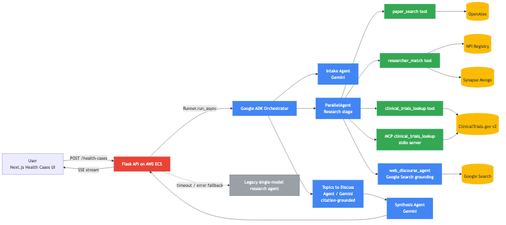
Before: docs/architecture.png, a diagram exported from Mermaid (synapse-social-org/synapse-health-cases-adk). Its source is kept beside it as docs/architecture.mmd.
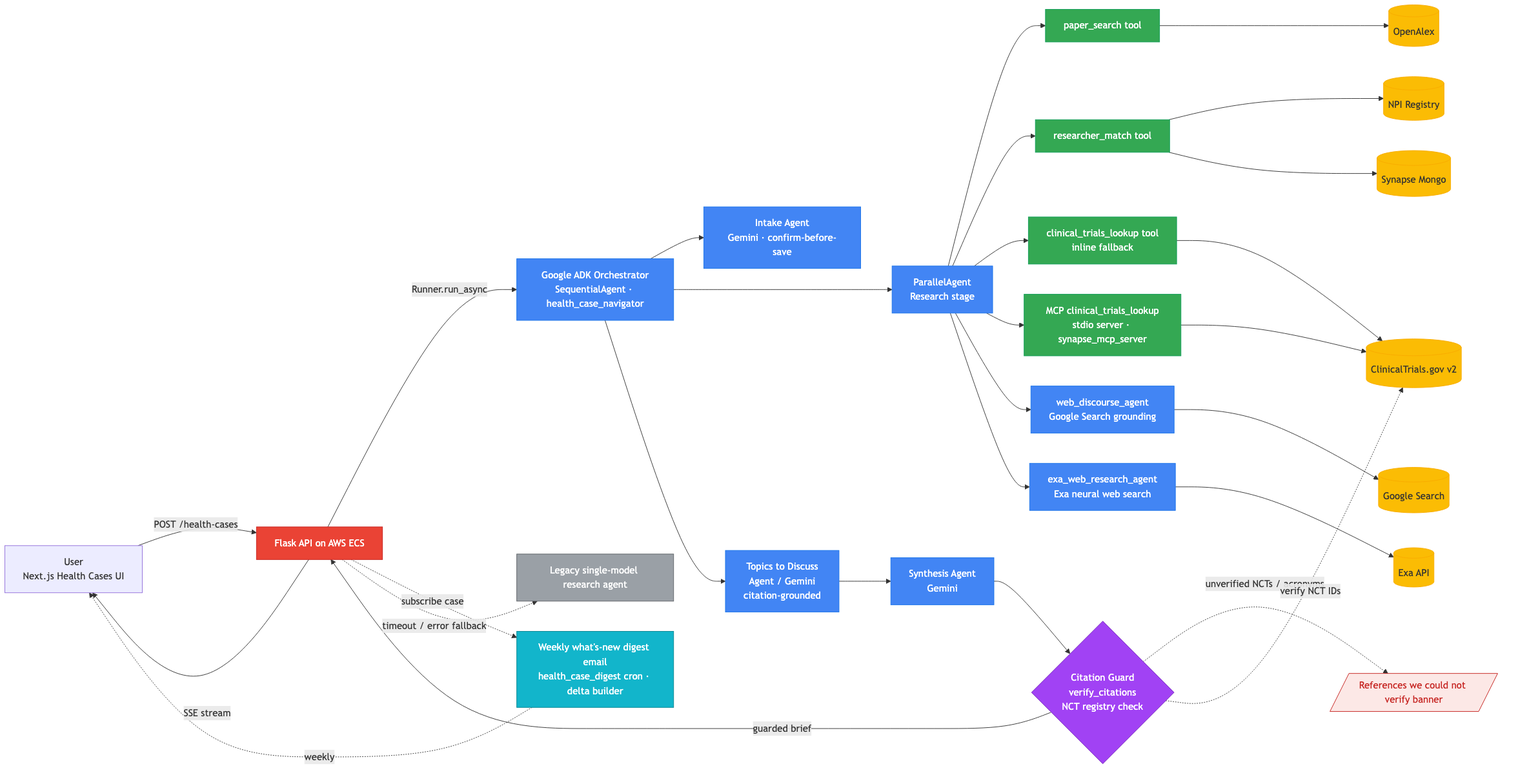
Above is the later version.

Commit message:
docs: refresh architecture diagram with Exa, citation guard, and weekly digest

Add the Exa neural-web-search sub-agent, the post-generation citation
guard (verify_citations + ClinicalTrials.gov NCT verification) with the
unverified-references banner, and the weekly per-case digest path.

Diff of the diagram source:
```diff
@@ -1,14 +1,15 @@
 graph LR
   U[User<br/>Next.js Health Cases UI] -->|POST /health-cases| API[Flask API on AWS ECS]
   API -->|SSE stream| U
-  API -->|Runner.run_async| ADK[Google ADK Orchestrator]
-  ADK --> Intake[Intake Agent<br/>Gemini]
+  API -->|Runner.run_async| ADK[Google ADK Orchestrator<br/>SequentialAgent · health_case_navigator]
+  ADK --> Intake[Intake Agent<br/>Gemini · confirm-before-save]
   ADK --> Research[ParallelAgent<br/>Research stage]
   Research --> T1[paper_search tool]
   Research --> T2[researcher_match tool]
-  Research --> T3[clinical_trials_lookup tool]
-  Research --> MCP[MCP clinical_trials_lookup<br/>stdio server]
+  Research --> T3[clinical_trials_lookup tool<br/>inline fallback]
+  Research --> MCP[MCP clinical_trials_lookup<br/>stdio server · synapse_mcp_server]
   Research --> Web[web_discourse_agent<br/>Google Search grounding]
+  Research --> Exa[exa_web_research_agent<br/>Exa neural web search]
   ADK --> Topics[Topics to Discuss<br/>Agent / Gemini<br/>citation-grounded]
   Topics --> Synth[Synthesis Agent<br/>Gemini]
   T1 --> OA[(OpenAlex)]
@@ -17,15 +18,27 @@
   T3 --> CT[(ClinicalTrials.gov v2)]
   MCP --> CT
   Web --> GoogleSearch[(Google Search)]
-  Synth --> API
+  Exa --> ExaAPI[(Exa API)]
+  Synth --> Guard{Citation Guard<br/>verify_citations<br/>NCT registry check}
+  Guard -->|guarded brief| API
+  Guard -.->|unverified NCTs / acronyms| Banner[/References we could not verify banner/]
+  Guard -.->|verify NCT IDs| CT
+  API -.->|subscribe case| Digest[Weekly what's-new digest email<br/>health_case_digest cron · delta builder]
+  Digest -.->|weekly| U
   API -.timeout / error fallback.-> Legacy[Legacy single-model research agent]
   classDef gcp fill:#4285F4,stroke:#1a73e8,color:white
   classDef tool fill:#34A853,stroke:#0f9d58,color:white
   classDef ext fill:#fbbc04,stroke:#f9ab00,color:#333
   classDef api fill:#EA4335,stroke:#c5221f,color:white
   classDef fallback fill:#9aa0a6,stroke:#5f6368,color:white
-  class ADK,Intake,Research,Synth,Topics,Web gcp
+  classDef guard fill:#A142F4,stroke:#7627bb,color:white
+  classDef warn fill:#fce8e6,stroke:#c5221f,color:#c5221f
+  classDef monitor fill:#12B5CB,stroke:#098591,color:white
+  class ADK,Intake,Research,Synth,Topics,Web,Exa gcp
   class T1,T2,T3,MCP tool
-  class OA,NPI,Mongo,CT,GoogleSearch ext
+  class OA,NPI,Mongo,CT,GoogleSearch,ExaAPI ext
   class API api
   class Legacy fallback
+  class Guard guard
+  class Banner warn
+  class Digest monitor
```
